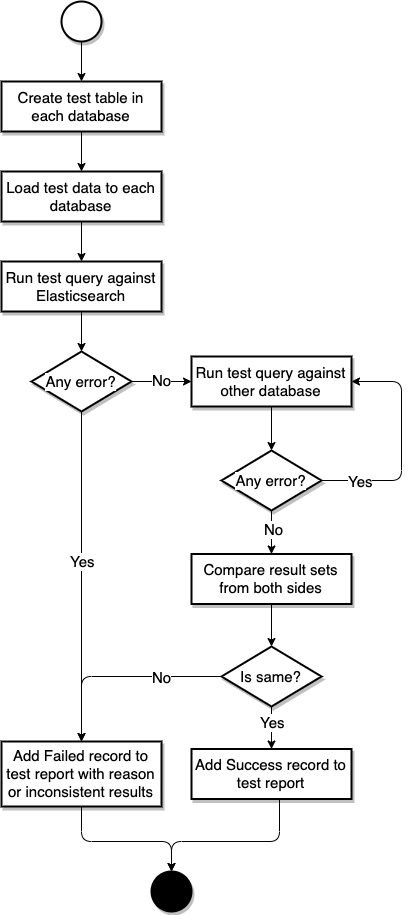
opendistro-for-elasticsearch/sql keeps this draw.io diagram as docs/dev/img/the-workflow-of-comparison-test.png. Above is the earlier version. Source tidied: cells renumbered, new cells last; positions are measured from the earlier drawing's top-left corner, leaving out a move shared by most shapes.
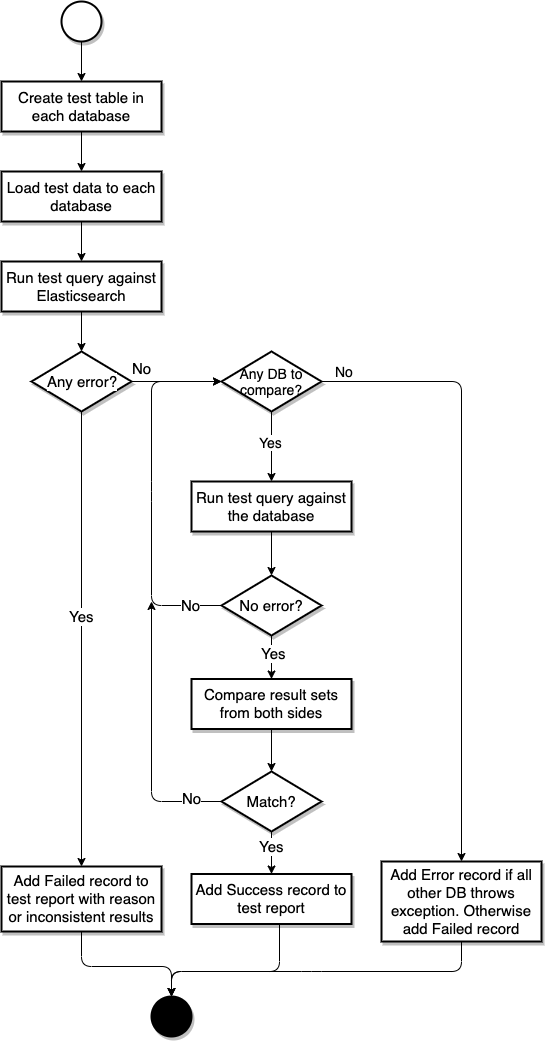
Later version of the same file.

What changed in the source:
```diff
@@ -3,39 +3,41 @@
     <mxCell id="0" />
     <mxCell id="1" parent="0" />
     <mxCell id="2" value="Load test data to each database" style="rounded=0;whiteSpace=wrap;html=1;labelBackgroundColor=#ffffff;strokeWidth=2;fontSize=15;shadow=1;" parent="1" vertex="1">
-      <mxGeometry y="170" width="160" height="50" as="geometry" />
+      <mxGeometry y="45" width="160" height="50" as="geometry" />
     </mxCell>
     <mxCell id="3" value="Create test table in each database" style="rounded=0;whiteSpace=wrap;html=1;labelBackgroundColor=#ffffff;strokeWidth=2;fontSize=15;shadow=1;" parent="1" vertex="1">
-      <mxGeometry y="80" width="160" height="50" as="geometry" />
+      <mxGeometry y="-45" width="160" height="50" as="geometry" />
     </mxCell>
     <mxCell id="4" style="endArrow=classic;html=1;fontSize=15;exitX=0.5;exitY=1;exitDx=0;exitDy=0;entryX=0.5;entryY=0;entryDx=0;entryDy=0;" parent="1" edge="1" source="3" target="2">
       <mxGeometry relative="1" as="geometry" />
     </mxCell>
     <mxCell id="5" value="Run test query against Elasticsearch" style="rounded=0;whiteSpace=wrap;html=1;labelBackgroundColor=#ffffff;strokeWidth=2;fontSize=15;shadow=1;" parent="1" vertex="1">
-      <mxGeometry y="260" width="160" height="50" as="geometry" />
+      <mxGeometry y="135" width="160" height="50" as="geometry" />
     </mxCell>
     <mxCell id="6" style="endArrow=classic;html=1;fontSize=15;exitX=0.5;exitY=1;exitDx=0;exitDy=0;entryX=0.5;entryY=0;entryDx=0;entryDy=0;" parent="1" edge="1" source="2" target="5">
       <mxGeometry relative="1" as="geometry" />
     </mxCell>
     <mxCell id="7" value="Any error?" style="strokeWidth=2;html=1;shape=mxgraph.flowchart.decision;whiteSpace=wrap;shadow=1;labelBackgroundColor=#ffffff;fontSize=15;" parent="1" vertex="1">
-      <mxGeometry x="30" y="350" width="100" height="60" as="geometry" />
+      <mxGeometry x="30" y="225" width="100" height="60" as="geometry" />
     </mxCell>
     <mxCell id="8" style="endArrow=classic;html=1;fontSize=15;exitX=0.5;exitY=1;exitDx=0;exitDy=0;entryX=0.5;entryY=0;entryDx=0;entryDy=0;entryPerimeter=0;" parent="1" edge="1" source="5" target="7">
       <mxGeometry relative="1" as="geometry" />
     </mxCell>
-    <mxCell id="9" style="endArrow=classic;html=1;fontSize=15;entryX=0;entryY=0.5;entryDx=0;entryDy=0;exitX=1;exitY=0.5;exitDx=0;exitDy=0;exitPerimeter=0;" parent="1" edge="1" source="7" target="11">
+    <mxCell id="9" style="endArrow=classic;html=1;fontSize=15;entryX=0;entryY=0.5;entryDx=0;entryDy=0;exitX=1;exitY=0.5;exitDx=0;exitDy=0;exitPerimeter=0;entryPerimeter=0;" parent="1" edge="1" source="7" target="34">
       <mxGeometry relative="1" as="geometry" />
     </mxCell>
     <mxCell id="10" value="No" style="text;html=1;align=center;verticalAlign=middle;labelBackgroundColor=#ffffff;fontSize=15;" parent="9" vertex="1">
-      <mxGeometry y="2" relative="1" as="geometry" />
+      <mxGeometry y="2" relative="1" as="geometry">
+        <mxPoint x="-35" y="-11" as="offset" />
+      </mxGeometry>
     </mxCell>
-    <mxCell id="11" value="Run test query against other database" style="rounded=0;whiteSpace=wrap;html=1;labelBackgroundColor=#ffffff;strokeWidth=2;fontSize=15;shadow=1;" parent="1" vertex="1">
+    <mxCell id="11" value="Run test query against the database" style="rounded=0;whiteSpace=wrap;html=1;labelBackgroundColor=#ffffff;strokeWidth=2;fontSize=15;shadow=1;" parent="1" vertex="1">
       <mxGeometry x="190" y="355" width="160" height="50" as="geometry" />
     </mxCell>
     <mxCell id="12" value="Compare result sets from both sides" style="rounded=0;whiteSpace=wrap;html=1;labelBackgroundColor=#ffffff;strokeWidth=2;fontSize=15;shadow=1;" parent="1" vertex="1">
       <mxGeometry x="190" y="552.5" width="160" height="50" as="geometry" />
     </mxCell>
-    <mxCell id="13" value="Any error?" style="strokeWidth=2;html=1;shape=mxgraph.flowchart.decision;whiteSpace=wrap;shadow=1;labelBackgroundColor=#ffffff;fontSize=15;" parent="1" vertex="1">
+    <mxCell id="13" value="No error?" style="strokeWidth=2;html=1;shape=mxgraph.flowchart.decision;whiteSpace=wrap;shadow=1;labelBackgroundColor=#ffffff;fontSize=15;" parent="1" vertex="1">
       <mxGeometry x="220" y="449" width="100" height="60" as="geometry" />
     </mxCell>
     <mxCell id="14" style="endArrow=classic;html=1;fontSize=15;exitX=0.5;exitY=1;exitDx=0;exitDy=0;entryX=0.5;entryY=0;entryDx=0;entryDy=0;entryPerimeter=0;" parent="1" edge="1" source="11" target="13">
@@ -44,10 +46,10 @@
     <mxCell id="15" style="endArrow=classic;html=1;fontSize=15;entryX=0.5;entryY=0;entryDx=0;entryDy=0;exitX=0.5;exitY=1;exitDx=0;exitDy=0;exitPerimeter=0;" parent="1" edge="1" source="13" target="12">
       <mxGeometry relative="1" as="geometry" />
     </mxCell>
-    <mxCell id="16" value="No" style="text;html=1;align=center;verticalAlign=middle;labelBackgroundColor=#ffffff;fontSize=15;" parent="15" vertex="1">
+    <mxCell id="16" value="Yes" style="text;html=1;align=center;verticalAlign=middle;labelBackgroundColor=#ffffff;fontSize=15;" parent="15" vertex="1">
       <mxGeometry x="-0.17" y="2" relative="1" as="geometry" />
     </mxCell>
-    <mxCell id="17" value="Is same?" style="strokeWidth=2;html=1;shape=mxgraph.flowchart.decision;whiteSpace=wrap;shadow=1;labelBackgroundColor=#ffffff;fontSize=15;" parent="1" vertex="1">
+    <mxCell id="17" value="Match?" style="strokeWidth=2;html=1;shape=mxgraph.flowchart.decision;whiteSpace=wrap;shadow=1;labelBackgroundColor=#ffffff;fontSize=15;" parent="1" vertex="1">
       <mxGeometry x="220" y="645" width="100" height="60" as="geometry" />
     </mxCell>
     <mxCell id="18" style="endArrow=classic;html=1;fontSize=15;exitX=0.5;exitY=1;exitDx=0;exitDy=0;entryX=0.5;entryY=0;entryDx=0;entryDy=0;entryPerimeter=0;" parent="1" edge="1" source="12" target="17">
@@ -62,16 +64,17 @@
     <mxCell id="21" value="Yes" style="text;html=1;align=center;verticalAlign=middle;labelBackgroundColor=#ffffff;fontSize=15;" parent="20" vertex="1">
       <mxGeometry x="-0.1" relative="1" as="geometry" />
     </mxCell>
-    <mxCell id="22" style="endArrow=classic;html=1;fontSize=15;exitX=0;exitY=0.5;exitDx=0;exitDy=0;exitPerimeter=0;entryX=0.5;entryY=0;entryDx=0;entryDy=0;" parent="1" edge="1" source="17" target="19">
+    <mxCell id="22" style="endArrow=classic;html=1;fontSize=15;exitX=0;exitY=0.5;exitDx=0;exitDy=0;exitPerimeter=0;" parent="1" edge="1" source="17">
       <mxGeometry relative="1" as="geometry">
+        <mxPoint x="150" y="475" as="targetPoint" />
         <Array as="points">
-          <mxPoint x="80" y="675" />
+          <mxPoint x="150" y="675" />
         </Array>
       </mxGeometry>
     </mxCell>
     <mxCell id="23" value="No" style="text;html=1;align=center;verticalAlign=middle;labelBackgroundColor=#ffffff;fontSize=15;" parent="22" vertex="1">
       <mxGeometry x="-0.34" y="-1" relative="1" as="geometry">
-        <mxPoint x="8" y="1" as="offset" />
+        <mxPoint x="39" y="16" as="offset" />
       </mxGeometry>
     </mxCell>
     <mxCell id="24" value="Add Success record to test report" style="rounded=0;whiteSpace=wrap;html=1;labelBackgroundColor=#ffffff;strokeWidth=2;fontSize=15;shadow=1;" parent="1" vertex="1">
@@ -85,19 +88,22 @@
         <mxPoint y="8" as="offset" />
       </mxGeometry>
     </mxCell>
-    <mxCell id="27" style="endArrow=classic;html=1;fontSize=15;entryX=1;entryY=0.5;entryDx=0;entryDy=0;exitX=1;exitY=0.5;exitDx=0;exitDy=0;exitPerimeter=0;" parent="1" edge="1" source="13" target="11">
+    <mxCell id="27" style="endArrow=classic;html=1;fontSize=15;entryX=0;entryY=0.5;entryDx=0;entryDy=0;exitX=0;exitY=0.5;exitDx=0;exitDy=0;exitPerimeter=0;entryPerimeter=0;" parent="1" edge="1" source="13" target="34">
       <mxGeometry relative="1" as="geometry">
         <Array as="points">
-          <mxPoint x="400" y="479" />
-          <mxPoint x="400" y="380" />
+          <mxPoint x="150" y="479" />
+          <mxPoint x="150" y="365" />
+          <mxPoint x="150" y="255" />
         </Array>
       </mxGeometry>
     </mxCell>
-    <mxCell id="28" value="Yes" style="text;html=1;align=center;verticalAlign=middle;labelBackgroundColor=#ffffff;fontSize=15;" parent="27" vertex="1">
-      <mxGeometry x="-0.67" relative="1" as="geometry" />
+    <mxCell id="28" value="No" style="text;html=1;align=center;verticalAlign=middle;labelBackgroundColor=#ffffff;fontSize=15;" parent="27" vertex="1">
+      <mxGeometry x="-0.67" relative="1" as="geometry">
+        <mxPoint x="30" as="offset" />
+      </mxGeometry>
     </mxCell>
     <mxCell id="29" style="strokeWidth=2;html=1;shape=mxgraph.flowchart.start_2;whiteSpace=wrap;shadow=1;labelBackgroundColor=#ffffff;fontSize=15;" parent="1" vertex="1">
-      <mxGeometry x="60" width="40" height="40" as="geometry" />
+      <mxGeometry x="60" y="-125" width="40" height="40" as="geometry" />
     </mxCell>
     <mxCell id="30" style="endArrow=classic;html=1;fontSize=15;exitX=0.5;exitY=1;exitDx=0;exitDy=0;exitPerimeter=0;entryX=0.5;entryY=0;entryDx=0;entryDy=0;" parent="1" edge="1" source="29" target="3">
       <mxGeometry relative="1" as="geometry" />
@@ -117,10 +123,43 @@
       <mxGeometry relative="1" as="geometry">
         <mxPoint x="170" y="870" as="targetPoint" />
         <Array as="points">
-          <mxPoint x="278" y="840" />
-          <mxPoint x="170" y="840" />
+          <mxPoint x="278" y="845" />
+          <mxPoint x="170" y="845" />
         </Array>
       </mxGeometry>
     </mxCell>
+    <mxCell id="34" value="Any DB to compare?" style="strokeWidth=2;html=1;shape=mxgraph.flowchart.decision;whiteSpace=wrap;shadow=1;labelBackgroundColor=none;fontSize=14;" parent="1" vertex="1">
+      <mxGeometry x="220" y="225" width="100" height="60" as="geometry" />
+    </mxCell>
+    <mxCell id="35" style="endArrow=classic;html=1;fontSize=14;exitX=0.5;exitY=1;exitDx=0;exitDy=0;exitPerimeter=0;entryX=0.5;entryY=0;entryDx=0;entryDy=0;" parent="1" edge="1" source="34" target="11">
+      <mxGeometry relative="1" as="geometry" />
+    </mxCell>
+    <mxCell id="36" value="Yes" style="text;html=1;align=center;verticalAlign=middle;labelBackgroundColor=#ffffff;fontSize=14;" parent="35" vertex="1">
+      <mxGeometry x="-0.11" y="-1" relative="1" as="geometry" />
+    </mxCell>
+    <mxCell id="37" value="Add Error record if all other DB throws exception. Otherwise add Failed record" style="rounded=0;whiteSpace=wrap;html=1;labelBackgroundColor=#ffffff;strokeWidth=2;fontSize=15;shadow=1;" parent="1" vertex="1">
+      <mxGeometry x="380" y="735" width="160" height="80" as="geometry" />
+    </mxCell>
+    <mxCell id="38" style="endArrow=classic;html=1;fontSize=15;exitX=0.5;exitY=1;exitDx=0;exitDy=0;entryX=0.5;entryY=0;entryDx=0;entryDy=0;entryPerimeter=0;" parent="1" edge="1" source="37" target="31">
+      <mxGeometry relative="1" as="geometry">
+        <Array as="points">
+          <mxPoint x="460" y="845" />
+          <mxPoint x="310" y="845" />
+          <mxPoint x="170" y="845" />
+        </Array>
+      </mxGeometry>
+    </mxCell>
+    <mxCell id="39" style="endArrow=classic;html=1;fontSize=14;entryX=0.5;entryY=0;entryDx=0;entryDy=0;exitX=1;exitY=0.5;exitDx=0;exitDy=0;exitPerimeter=0;" parent="1" edge="1" source="34" target="37">
+      <mxGeometry relative="1" as="geometry">
+        <Array as="points">
+          <mxPoint x="460" y="255" />
+        </Array>
+      </mxGeometry>
+    </mxCell>
+    <mxCell id="40" value="No" style="text;html=1;align=center;verticalAlign=middle;labelBackgroundColor=#ffffff;fontSize=14;" parent="39" vertex="1">
+      <mxGeometry x="-0.76" y="-1" relative="1" as="geometry">
+        <mxPoint x="-53.1" y="-11" as="offset" />
+      </mxGeometry>
+    </mxCell>
   </root>
 </mxGraphModel>
```
